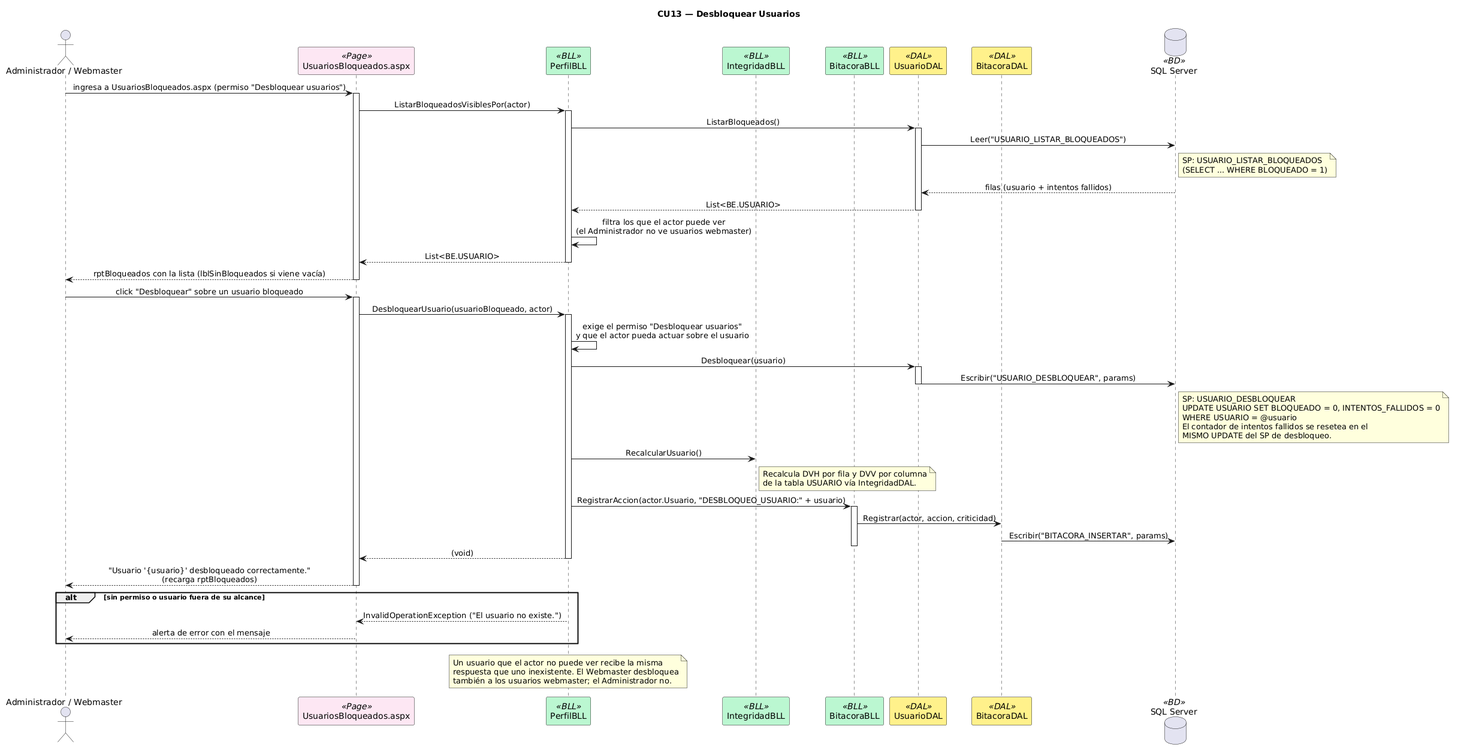
Above: DIAGRAMAS/Secuencia_CU13_DesbloquearUsuarios.png in Urrels/tpDYAWeb (PlantUML), before the change.
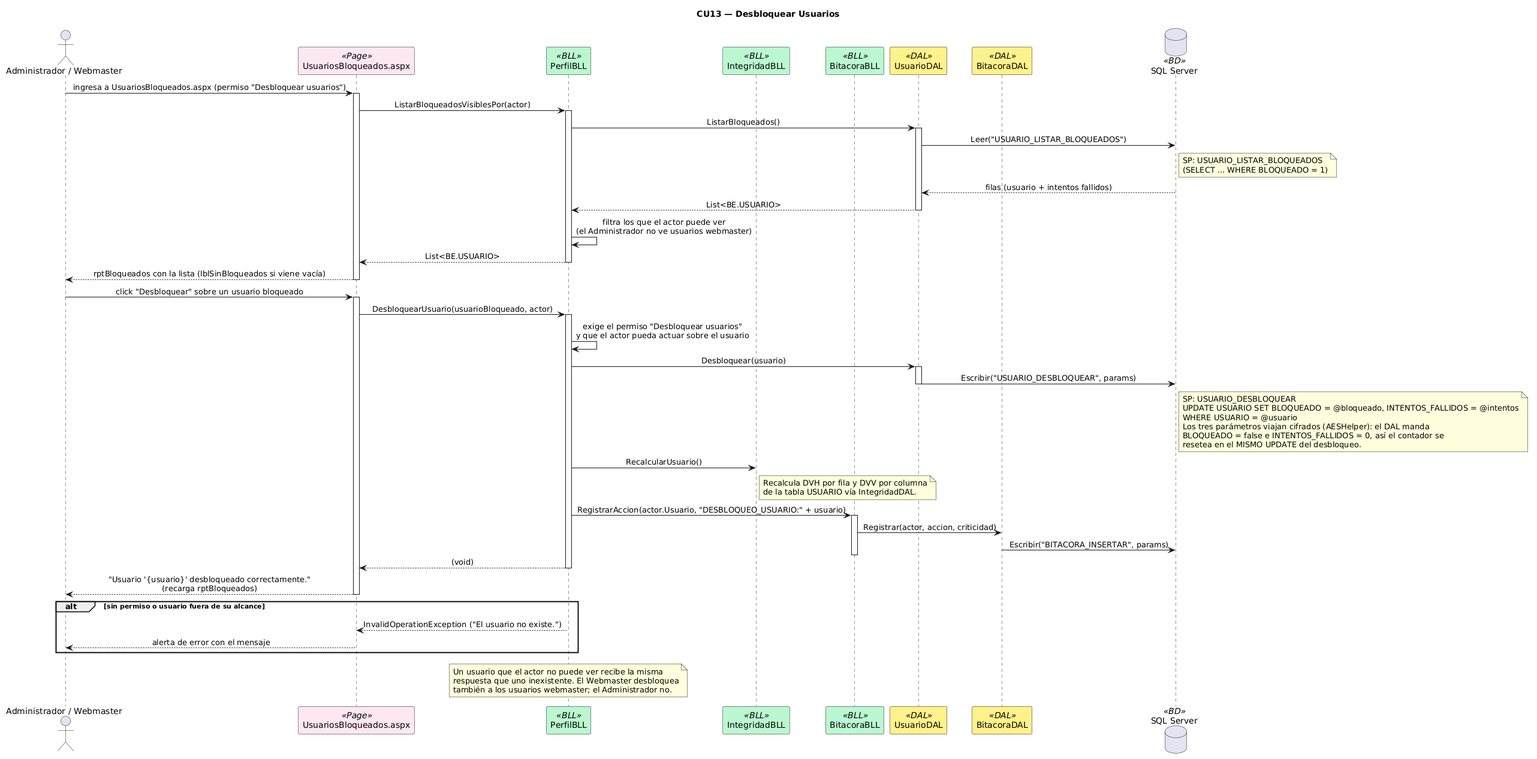
After the commit.

Change to the diagram source:
```diff
@@ -3,12 +3,11 @@
 skinparam sequenceMessageAlign center
 skinparam shadowing false
 skinparam sequenceParticipant {
-    BackgroundColor<<Page>> #FCE7F3
-    BackgroundColor<<BLL>> #BBF7D0
-    BackgroundColor<<DAL>> #FEF08A
-    BackgroundColor<<BD>> #DBEAFE
+BackgroundColor<<Page>> #FCE7F3
+BackgroundColor<<BLL>> #BBF7D0
+BackgroundColor<<DAL>> #FEF08A
+BackgroundColor<<BD>> #DBEAFE
 }
-
 actor "Administrador / Webmaster" as ADM
 participant "UsuariosBloqueados.aspx" as PAGE <<Page>>
 participant "PerfilBLL" as BLL <<BLL>>
@@ -17,7 +16,6 @@
 participant "UsuarioDAL" as DAL <<DAL>>
 participant "BitacoraDAL" as BITDAL <<DAL>>
 database "SQL Server" as DB <<BD>>
-
 ADM -> PAGE : ingresa a UsuariosBloqueados.aspx (permiso "Desbloquear usuarios")
 activate PAGE
 PAGE -> BLL : ListarBloqueadosVisiblesPor(actor)
@@ -34,49 +32,44 @@
 deactivate BLL
 PAGE --> ADM : rptBloqueados con la lista (lblSinBloqueados si viene vacía)
 deactivate PAGE
-
 ADM -> PAGE : click "Desbloquear" sobre un usuario bloqueado
 activate PAGE
 PAGE -> BLL : DesbloquearUsuario(usuarioBloqueado, actor)
 activate BLL
 BLL -> BLL : exige el permiso "Desbloquear usuarios"\ny que el actor pueda actuar sobre el usuario
-
 BLL -> DAL : Desbloquear(usuario)
 activate DAL
 DAL -> DB : Escribir("USUARIO_DESBLOQUEAR", params)
 note right of DB
-  SP: USUARIO_DESBLOQUEAR
-  UPDATE USUARIO SET BLOQUEADO = 0, INTENTOS_FALLIDOS = 0
-  WHERE USUARIO = @usuario
-  El contador de intentos fallidos se resetea en el
-  MISMO UPDATE del SP de desbloqueo.
+SP: USUARIO_DESBLOQUEAR
+UPDATE USUARIO SET BLOQUEADO = @bloqueado, INTENTOS_FALLIDOS = @intentos
+WHERE USUARIO = @usuario
+Los tres parámetros viajan cifrados (AESHelper): el DAL manda
+BLOQUEADO = false e INTENTOS_FALLIDOS = 0, así el contador se
+resetea en el MISMO UPDATE del desbloqueo.
 end note
 deactivate DAL
-
 BLL -> INTEG : RecalcularUsuario()
 note right of INTEG
-  Recalcula DVH por fila y DVV por columna
-  de la tabla USUARIO vía IntegridadDAL.
+Recalcula DVH por fila y DVV por columna
+de la tabla USUARIO vía IntegridadDAL.
 end note
 BLL -> BITBLL : RegistrarAccion(actor.Usuario, "DESBLOQUEO_USUARIO:" + usuario)
 activate BITBLL
 BITBLL -> BITDAL : Registrar(actor, accion, criticidad)
 BITDAL -> DB : Escribir("BITACORA_INSERTAR", params)
 deactivate BITBLL
-
 BLL --> PAGE : (void)
 deactivate BLL
 PAGE --> ADM : "Usuario '{usuario}' desbloqueado correctamente."\n(recarga rptBloqueados)
 deactivate PAGE
-
 alt sin permiso o usuario fuera de su alcance
-  BLL --> PAGE : InvalidOperationException ("El usuario no existe.")
-  PAGE --> ADM : alerta de error con el mensaje
+BLL --> PAGE : InvalidOperationException ("El usuario no existe.")
+PAGE --> ADM : alerta de error con el mensaje
 end
-
 note over BLL
-  Un usuario que el actor no puede ver recibe la misma
-  respuesta que uno inexistente. El Webmaster desbloquea
-  también a los usuarios webmaster; el Administrador no.
+Un usuario que el actor no puede ver recibe la misma
+respuesta que uno inexistente. El Webmaster desbloquea
+también a los usuarios webmaster; el Administrador no.
 end note
 @enduml
```
